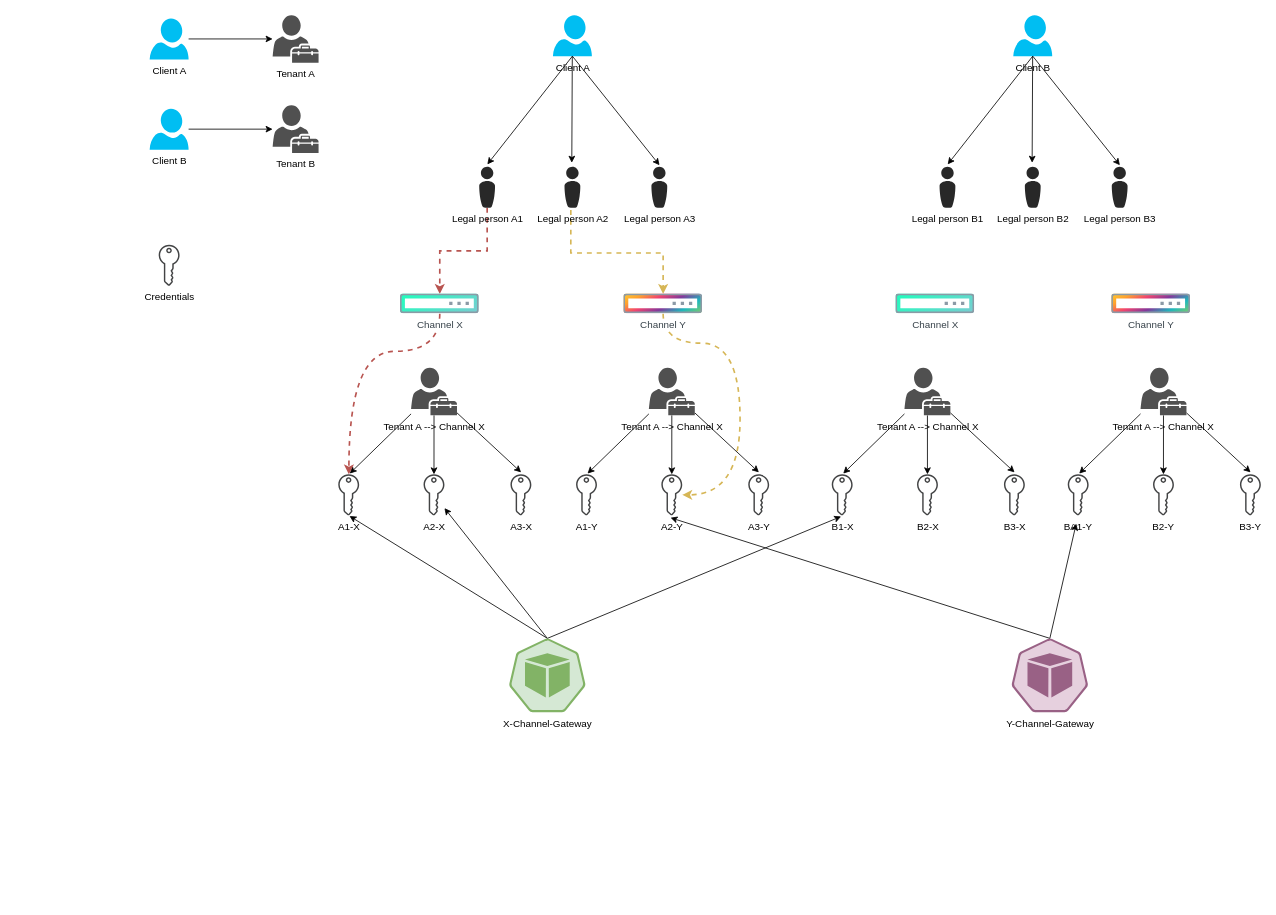
Above: Fourth Payment.drawio in catface996/images (draw.io), before the change. Source tidied: cells renumbered, new cells numbered last; positions are measured from the earlier drawing's top-left corner, leaving out a move shared by most shapes. Both pictures are drawn from the tidied source at 82%, with x=0, y=0 at pixel (149, 15).
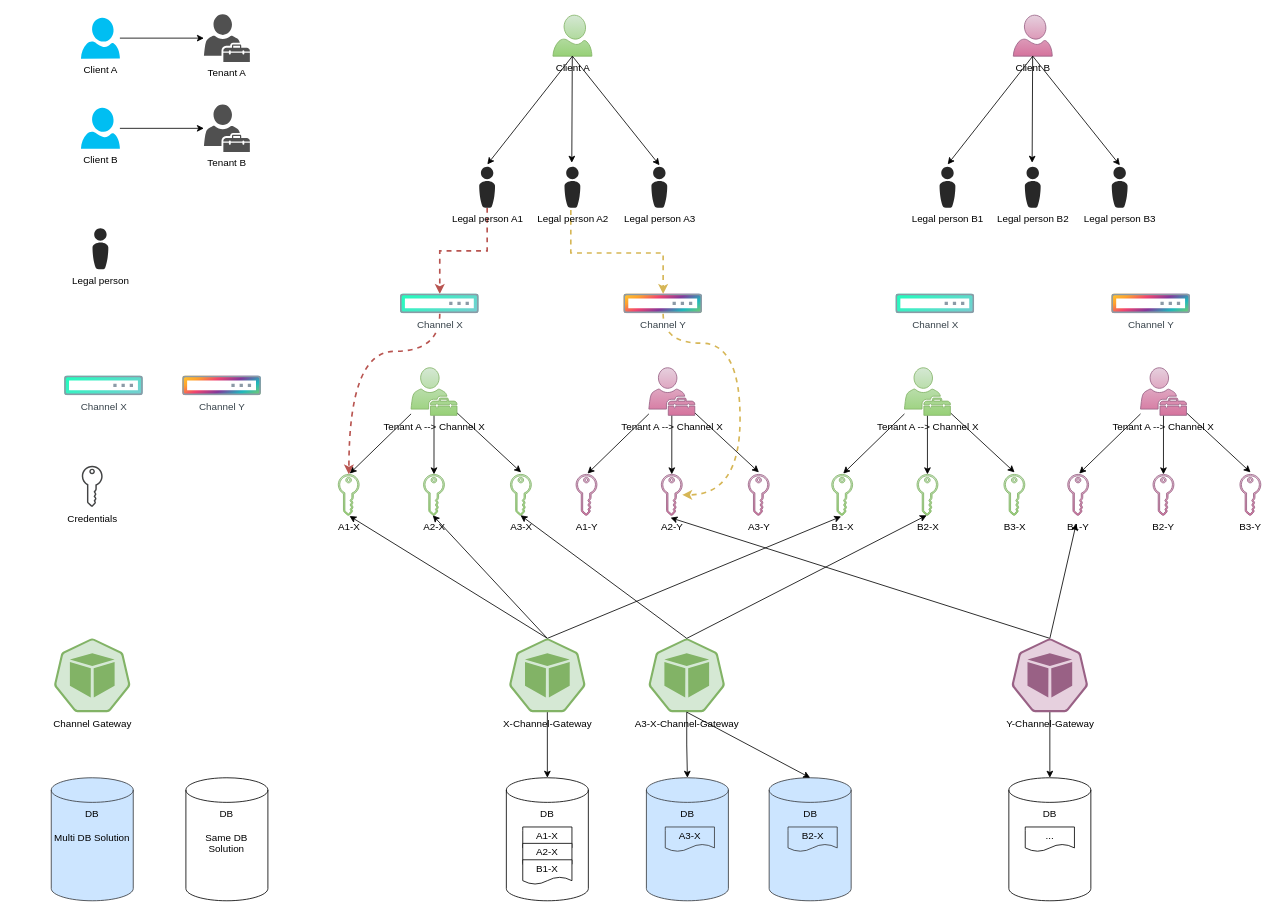
The same page after the edit.

The change refers to these unchanged cells:
```xml
<mxCell id="62" value="X-Channel-Gateway" style="sketch=0;html=1;dashed=0;whitespace=wrap;fillColor=#d5e8d4;strokeColor=#82b366;points=[[0.005,0.63,0],[0.1,0.2,0],[0.9,0.2,0],[0.5,0,0],[0.995,0.63,0],[0.72,0.99,0],[0.5,1,0],[0.28,0.99,0]];verticalLabelPosition=bottom;align=center;verticalAlign=top;shape=mxgraph.kubernetes.icon;prIcon=pod;gradientColor=#97d077;" parent="1" vertex="1">
  <mxGeometry x="390" y="760" width="190" height="90" as="geometry" />
</mxCell>
<mxCell id="64" value="Y-Channel-Gateway" style="sketch=0;html=1;dashed=0;whitespace=wrap;fillColor=#e6d0de;strokeColor=#996185;points=[[0.005,0.63,0],[0.1,0.2,0],[0.9,0.2,0],[0.5,0,0],[0.995,0.63,0],[0.72,0.99,0],[0.5,1,0],[0.28,0.99,0]];verticalLabelPosition=bottom;align=center;verticalAlign=top;shape=mxgraph.kubernetes.icon;prIcon=pod;gradientColor=#d5739d;" parent="1" vertex="1">
  <mxGeometry x="1002.8" y="760" width="190" height="90" as="geometry" />
</mxCell>
```

Change to the diagram source:
```diff
@@
-    <mxCell id="2" value="Client A" style="verticalLabelPosition=bottom;html=1;verticalAlign=top;align=center;strokeColor=none;fillColor=#00BEF2;shape=mxgraph.azure.user;" parent="1" vertex="1">
+    <mxCell id="2" value="Client A" style="verticalLabelPosition=bottom;html=1;verticalAlign=top;align=center;strokeColor=#82b366;fillColor=#d5e8d4;shape=mxgraph.azure.user;gradientColor=#97d077;" parent="1" vertex="1">
       <mxGeometry x="491.8" width="47.5" height="50" as="geometry" />
     </mxCell>
@@
-    <mxCell id="11" value="Client B" style="verticalLabelPosition=bottom;html=1;verticalAlign=top;align=center;strokeColor=none;fillColor=#00BEF2;shape=mxgraph.azure.user;" parent="1" vertex="1">
+    <mxCell id="11" value="Client B" style="verticalLabelPosition=bottom;html=1;verticalAlign=top;align=center;strokeColor=#996185;fillColor=#e6d0de;shape=mxgraph.azure.user;gradientColor=#d5739d;" parent="1" vertex="1">
       <mxGeometry x="1053.2" width="47.5" height="50" as="geometry" />
     </mxCell>
@@
-    <mxCell id="20" value="Tenant A --&amp;gt; Channel X" style="sketch=0;shadow=0;dashed=0;html=1;strokeColor=none;fillColor=#505050;labelPosition=center;verticalLabelPosition=bottom;verticalAlign=top;outlineConnect=0;align=center;shape=mxgraph.office.users.tenant_admin;" parent="1" vertex="1">
+    <mxCell id="20" value="Tenant A --&amp;gt; Channel X" style="sketch=0;shadow=0;dashed=0;html=1;strokeColor=#82b366;fillColor=#d5e8d4;labelPosition=center;verticalLabelPosition=bottom;verticalAlign=top;outlineConnect=0;align=center;shape=mxgraph.office.users.tenant_admin;gradientColor=#97d077;" parent="1" vertex="1">
       <mxGeometry x="318.8" y="430" width="56" height="58" as="geometry" />
     </mxCell>
-    <mxCell id="21" value="A1-X" style="sketch=0;shadow=0;dashed=0;html=1;strokeColor=none;fillColor=#434445;labelPosition=center;verticalLabelPosition=bottom;verticalAlign=top;align=center;outlineConnect=0;shape=mxgraph.vvd.tenant_key;" parent="1" vertex="1">
+    <mxCell id="21" value="A1-X" style="sketch=0;shadow=0;dashed=0;html=1;strokeColor=#82b366;fillColor=#d5e8d4;labelPosition=center;verticalLabelPosition=bottom;verticalAlign=top;align=center;outlineConnect=0;shape=mxgraph.vvd.tenant_key;gradientColor=#97d077;" parent="1" vertex="1">
       <mxGeometry x="230" y="560" width="25.5" height="50" as="geometry" />
     </mxCell>
-    <mxCell id="22" value="A2-X" style="sketch=0;shadow=0;dashed=0;html=1;strokeColor=none;fillColor=#434445;labelPosition=center;verticalLabelPosition=bottom;verticalAlign=top;align=center;outlineConnect=0;shape=mxgraph.vvd.tenant_key;" parent="1" vertex="1">
+    <mxCell id="22" value="A2-X" style="sketch=0;shadow=0;dashed=0;html=1;strokeColor=#82b366;fillColor=#d5e8d4;labelPosition=center;verticalLabelPosition=bottom;verticalAlign=top;align=center;outlineConnect=0;shape=mxgraph.vvd.tenant_key;gradientColor=#97d077;" parent="1" vertex="1">
       <mxGeometry x="334" y="560" width="25.5" height="50" as="geometry" />
     </mxCell>
-    <mxCell id="23" value="A3-X" style="sketch=0;shadow=0;dashed=0;html=1;strokeColor=none;fillColor=#434445;labelPosition=center;verticalLabelPosition=bottom;verticalAlign=top;align=center;outlineConnect=0;shape=mxgraph.vvd.tenant_key;" parent="1" vertex="1">
+    <mxCell id="23" value="A3-X" style="sketch=0;shadow=0;dashed=0;html=1;strokeColor=#82b366;fillColor=#d5e8d4;labelPosition=center;verticalLabelPosition=bottom;verticalAlign=top;align=center;outlineConnect=0;shape=mxgraph.vvd.tenant_key;gradientColor=#97d077;" parent="1" vertex="1">
       <mxGeometry x="440" y="560" width="25.5" height="50" as="geometry" />
     </mxCell>
@@
     <mxCell id="32" value="Client A" style="verticalLabelPosition=bottom;html=1;verticalAlign=top;align=center;strokeColor=none;fillColor=#00BEF2;shape=mxgraph.azure.user;" parent="1" vertex="1">
-      <mxGeometry y="4" width="47.5" height="50" as="geometry" />
+      <mxGeometry x="-83.8" y="3" width="47.5" height="50" as="geometry" />
     </mxCell>
@@
     <mxCell id="34" value="Client B" style="verticalLabelPosition=bottom;html=1;verticalAlign=top;align=center;strokeColor=none;fillColor=#00BEF2;shape=mxgraph.azure.user;" parent="1" vertex="1">
-      <mxGeometry y="114" width="47.5" height="50" as="geometry" />
+      <mxGeometry x="-83.8" y="113" width="47.5" height="50" as="geometry" />
     </mxCell>
     <mxCell id="35" value="Tenant A" style="sketch=0;shadow=0;dashed=0;html=1;strokeColor=none;fillColor=#505050;labelPosition=center;verticalLabelPosition=bottom;verticalAlign=top;outlineConnect=0;align=center;shape=mxgraph.office.users.tenant_admin;" parent="1" vertex="1">
-      <mxGeometry x="150" width="56" height="58" as="geometry" />
+      <mxGeometry x="66.2" y="-1" width="56" height="58" as="geometry" />
     </mxCell>
     <mxCell id="36" value="Tenant B" style="sketch=0;shadow=0;dashed=0;html=1;strokeColor=none;fillColor=#505050;labelPosition=center;verticalLabelPosition=bottom;verticalAlign=top;outlineConnect=0;align=center;shape=mxgraph.office.users.tenant_admin;" parent="1" vertex="1">
-      <mxGeometry x="150" y="110" width="56" height="58" as="geometry" />
+      <mxGeometry x="66.2" y="109" width="56" height="58" as="geometry" />
     </mxCell>
     <mxCell id="37" value="Credentials" style="sketch=0;shadow=0;dashed=0;html=1;strokeColor=none;fillColor=#434445;labelPosition=center;verticalLabelPosition=bottom;verticalAlign=top;align=center;shape=mxgraph.vvd.tenant_key;" parent="1" vertex="1">
-      <mxGeometry x="11" y="280" width="25.5" height="50" as="geometry" />
+      <mxGeometry x="-82.8" y="549.5" width="25.5" height="50" as="geometry" />
     </mxCell>
@@
-    <mxCell id="40" value="Tenant A --&amp;gt; Channel X" style="sketch=0;shadow=0;dashed=0;html=1;strokeColor=none;fillColor=#505050;labelPosition=center;verticalLabelPosition=bottom;verticalAlign=top;outlineConnect=0;align=center;shape=mxgraph.office.users.tenant_admin;" parent="1" vertex="1">
+    <mxCell id="40" value="Tenant A --&amp;gt; Channel X" style="sketch=0;shadow=0;dashed=0;html=1;strokeColor=#996185;fillColor=#e6d0de;labelPosition=center;verticalLabelPosition=bottom;verticalAlign=top;outlineConnect=0;align=center;shape=mxgraph.office.users.tenant_admin;gradientColor=#d5739d;" parent="1" vertex="1">
       <mxGeometry x="608.8" y="430" width="56" height="58" as="geometry" />
     </mxCell>
-    <mxCell id="41" value="A1-Y" style="sketch=0;shadow=0;dashed=0;html=1;strokeColor=none;fillColor=#434445;labelPosition=center;verticalLabelPosition=bottom;verticalAlign=top;align=center;outlineConnect=0;shape=mxgraph.vvd.tenant_key;" parent="1" vertex="1">
+    <mxCell id="41" value="A1-Y" style="sketch=0;shadow=0;dashed=0;html=1;strokeColor=#996185;fillColor=#e6d0de;labelPosition=center;verticalLabelPosition=bottom;verticalAlign=top;align=center;outlineConnect=0;shape=mxgraph.vvd.tenant_key;gradientColor=#d5739d;" parent="1" vertex="1">
       <mxGeometry x="520" y="560" width="25.5" height="50" as="geometry" />
     </mxCell>
-    <mxCell id="42" value="A2-Y" style="sketch=0;shadow=0;dashed=0;html=1;strokeColor=none;fillColor=#434445;labelPosition=center;verticalLabelPosition=bottom;verticalAlign=top;align=center;outlineConnect=0;shape=mxgraph.vvd.tenant_key;" parent="1" vertex="1">
+    <mxCell id="42" value="A2-Y" style="sketch=0;shadow=0;dashed=0;html=1;strokeColor=#996185;fillColor=#e6d0de;labelPosition=center;verticalLabelPosition=bottom;verticalAlign=top;align=center;outlineConnect=0;shape=mxgraph.vvd.tenant_key;gradientColor=#d5739d;" parent="1" vertex="1">
       <mxGeometry x="624" y="560" width="25.5" height="50" as="geometry" />
     </mxCell>
-    <mxCell id="43" value="A3-Y" style="sketch=0;shadow=0;dashed=0;html=1;strokeColor=none;fillColor=#434445;labelPosition=center;verticalLabelPosition=bottom;verticalAlign=top;align=center;outlineConnect=0;shape=mxgraph.vvd.tenant_key;" parent="1" vertex="1">
+    <mxCell id="43" value="A3-Y" style="sketch=0;shadow=0;dashed=0;html=1;strokeColor=#996185;fillColor=#e6d0de;labelPosition=center;verticalLabelPosition=bottom;verticalAlign=top;align=center;outlineConnect=0;shape=mxgraph.vvd.tenant_key;gradientColor=#d5739d;" parent="1" vertex="1">
       <mxGeometry x="730" y="560" width="25.5" height="50" as="geometry" />
     </mxCell>
@@
-    <mxCell id="47" value="Tenant A --&amp;gt; Channel X" style="sketch=0;shadow=0;dashed=0;html=1;strokeColor=none;fillColor=#505050;labelPosition=center;verticalLabelPosition=bottom;verticalAlign=top;outlineConnect=0;align=center;shape=mxgraph.office.users.tenant_admin;" parent="1" vertex="1">
+    <mxCell id="47" value="Tenant A --&amp;gt; Channel X" style="sketch=0;shadow=0;dashed=0;html=1;strokeColor=#82b366;fillColor=#d5e8d4;labelPosition=center;verticalLabelPosition=bottom;verticalAlign=top;outlineConnect=0;align=center;shape=mxgraph.office.users.tenant_admin;gradientColor=#97d077;" parent="1" vertex="1">
       <mxGeometry x="920.5" y="430" width="56" height="58" as="geometry" />
     </mxCell>
-    <mxCell id="48" value="B1-X" style="sketch=0;shadow=0;dashed=0;html=1;strokeColor=none;fillColor=#434445;labelPosition=center;verticalLabelPosition=bottom;verticalAlign=top;align=center;outlineConnect=0;shape=mxgraph.vvd.tenant_key;" parent="1" vertex="1">
+    <mxCell id="48" value="B1-X" style="sketch=0;shadow=0;dashed=0;html=1;strokeColor=#82b366;fillColor=#d5e8d4;labelPosition=center;verticalLabelPosition=bottom;verticalAlign=top;align=center;outlineConnect=0;shape=mxgraph.vvd.tenant_key;gradientColor=#97d077;" parent="1" vertex="1">
       <mxGeometry x="831.8" y="560" width="25.5" height="50" as="geometry" />
     </mxCell>
-    <mxCell id="49" value="B2-X" style="sketch=0;shadow=0;dashed=0;html=1;strokeColor=none;fillColor=#434445;labelPosition=center;verticalLabelPosition=bottom;verticalAlign=top;align=center;outlineConnect=0;shape=mxgraph.vvd.tenant_key;" parent="1" vertex="1">
+    <mxCell id="49" value="B2-X" style="sketch=0;shadow=0;dashed=0;html=1;strokeColor=#82b366;fillColor=#d5e8d4;labelPosition=center;verticalLabelPosition=bottom;verticalAlign=top;align=center;outlineConnect=0;shape=mxgraph.vvd.tenant_key;gradientColor=#97d077;" parent="1" vertex="1">
       <mxGeometry x="935.8" y="560" width="25.5" height="50" as="geometry" />
     </mxCell>
-    <mxCell id="50" value="B3-X" style="sketch=0;shadow=0;dashed=0;html=1;strokeColor=none;fillColor=#434445;labelPosition=center;verticalLabelPosition=bottom;verticalAlign=top;align=center;outlineConnect=0;shape=mxgraph.vvd.tenant_key;" parent="1" vertex="1">
+    <mxCell id="50" value="B3-X" style="sketch=0;shadow=0;dashed=0;html=1;strokeColor=#82b366;fillColor=#d5e8d4;labelPosition=center;verticalLabelPosition=bottom;verticalAlign=top;align=center;outlineConnect=0;shape=mxgraph.vvd.tenant_key;gradientColor=#97d077;" parent="1" vertex="1">
       <mxGeometry x="1041.8" y="560" width="25.5" height="50" as="geometry" />
     </mxCell>
@@
-    <mxCell id="54" value="Tenant A --&amp;gt; Channel X" style="sketch=0;shadow=0;dashed=0;html=1;strokeColor=none;fillColor=#505050;labelPosition=center;verticalLabelPosition=bottom;verticalAlign=top;outlineConnect=0;align=center;shape=mxgraph.office.users.tenant_admin;" parent="1" vertex="1">
+    <mxCell id="54" value="Tenant A --&amp;gt; Channel X" style="sketch=0;shadow=0;dashed=0;html=1;strokeColor=#996185;fillColor=#e6d0de;labelPosition=center;verticalLabelPosition=bottom;verticalAlign=top;outlineConnect=0;align=center;shape=mxgraph.office.users.tenant_admin;gradientColor=#d5739d;" parent="1" vertex="1">
       <mxGeometry x="1208.4" y="430" width="56" height="58" as="geometry" />
     </mxCell>
-    <mxCell id="55" value="BA1-Y" style="sketch=0;shadow=0;dashed=0;html=1;strokeColor=none;fillColor=#434445;labelPosition=center;verticalLabelPosition=bottom;verticalAlign=top;align=center;outlineConnect=0;shape=mxgraph.vvd.tenant_key;" parent="1" vertex="1">
+    <mxCell id="55" value="B1-Y" style="sketch=0;shadow=0;dashed=0;html=1;strokeColor=#996185;fillColor=#e6d0de;labelPosition=center;verticalLabelPosition=bottom;verticalAlign=top;align=center;outlineConnect=0;shape=mxgraph.vvd.tenant_key;gradientColor=#d5739d;" parent="1" vertex="1">
       <mxGeometry x="1119.6" y="560" width="25.5" height="50" as="geometry" />
     </mxCell>
-    <mxCell id="56" value="B2-Y" style="sketch=0;shadow=0;dashed=0;html=1;strokeColor=none;fillColor=#434445;labelPosition=center;verticalLabelPosition=bottom;verticalAlign=top;align=center;outlineConnect=0;shape=mxgraph.vvd.tenant_key;" parent="1" vertex="1">
+    <mxCell id="56" value="B2-Y" style="sketch=0;shadow=0;dashed=0;html=1;strokeColor=#996185;fillColor=#e6d0de;labelPosition=center;verticalLabelPosition=bottom;verticalAlign=top;align=center;outlineConnect=0;shape=mxgraph.vvd.tenant_key;gradientColor=#d5739d;" parent="1" vertex="1">
       <mxGeometry x="1223.6" y="560" width="25.5" height="50" as="geometry" />
     </mxCell>
-    <mxCell id="57" value="B3-Y" style="sketch=0;shadow=0;dashed=0;html=1;strokeColor=none;fillColor=#434445;labelPosition=center;verticalLabelPosition=bottom;verticalAlign=top;align=center;outlineConnect=0;shape=mxgraph.vvd.tenant_key;" parent="1" vertex="1">
+    <mxCell id="57" value="B3-Y" style="sketch=0;shadow=0;dashed=0;html=1;strokeColor=#996185;fillColor=#e6d0de;labelPosition=center;verticalLabelPosition=bottom;verticalAlign=top;align=center;outlineConnect=0;shape=mxgraph.vvd.tenant_key;gradientColor=#d5739d;" parent="1" vertex="1">
       <mxGeometry x="1329.6" y="560" width="25.5" height="50" as="geometry" />
     </mxCell>
@@
-    <mxCell id="61" style="rounded=0;jettySize=auto;html=1;exitX=0.5;exitY=0;exitDx=0;exitDy=0;exitPerimeter=0;" parent="1" edge="1" source="62" target="22">
+    <mxCell id="61" style="rounded=0;jettySize=auto;html=1;exitX=0.5;exitY=0;exitDx=0;exitDy=0;exitPerimeter=0;entryX=0.441;entryY=0.998;entryDx=0;entryDy=0;entryPerimeter=0;" parent="1" edge="1" source="62" target="22">
       <mxGeometry relative="1" as="geometry" />
     </mxCell>
@@
+    <mxCell id="66" value="DB" style="shape=cylinder3;whiteSpace=wrap;html=1;boundedLbl=1;backgroundOutline=1;size=15;verticalAlign=top;fillColor=#cce5ff;strokeColor=#36393d;" parent="1" vertex="1">
+      <mxGeometry x="605.8" y="930" width="100" height="150" as="geometry" />
+    </mxCell>
+    <mxCell id="67" value="A3-X-Channel-Gateway" style="sketch=0;html=1;dashed=0;whitespace=wrap;fillColor=#d5e8d4;strokeColor=#82b366;points=[[0.005,0.63,0],[0.1,0.2,0],[0.9,0.2,0],[0.5,0,0],[0.995,0.63,0],[0.72,0.99,0],[0.5,1,0],[0.28,0.99,0]];verticalLabelPosition=bottom;align=center;verticalAlign=top;shape=mxgraph.kubernetes.icon;prIcon=pod;gradientColor=#97d077;" parent="1" vertex="1">
+      <mxGeometry x="560" y="760" width="190" height="90" as="geometry" />
+    </mxCell>
+    <mxCell id="68" style="rounded=0;jettySize=auto;html=1;entryX=0.482;entryY=0.998;entryDx=0;entryDy=0;entryPerimeter=0;exitX=0.5;exitY=0;exitDx=0;exitDy=0;exitPerimeter=0;" parent="1" edge="1" source="67" target="23">
+      <mxGeometry relative="1" as="geometry" />
+    </mxCell>
+    <mxCell id="69" value="DB" style="shape=cylinder3;whiteSpace=wrap;html=1;boundedLbl=1;backgroundOutline=1;size=15;verticalAlign=top;" parent="1" vertex="1">
+      <mxGeometry x="435" y="930" width="100" height="150" as="geometry" />
+    </mxCell>
+    <mxCell id="70" value="DB" style="shape=cylinder3;whiteSpace=wrap;html=1;boundedLbl=1;backgroundOutline=1;size=15;verticalAlign=top;" parent="1" vertex="1">
+      <mxGeometry x="1047.8" y="930" width="100" height="150" as="geometry" />
+    </mxCell>
+    <mxCell id="71" value="A1-X" style="shape=document;whiteSpace=wrap;html=1;boundedLbl=1;" parent="1" vertex="1">
+      <mxGeometry x="455" y="990" width="60" height="30" as="geometry" />
+    </mxCell>
+    <mxCell id="72" value="A2-X" style="shape=document;whiteSpace=wrap;html=1;boundedLbl=1;" parent="1" vertex="1">
+      <mxGeometry x="455" y="1010" width="60" height="30" as="geometry" />
+    </mxCell>
+    <mxCell id="73" value="B1-X" style="shape=document;whiteSpace=wrap;html=1;boundedLbl=1;" parent="1" vertex="1">
+      <mxGeometry x="455" y="1030" width="60" height="30" as="geometry" />
+    </mxCell>
+    <mxCell id="74" style="edgeStyle=orthogonalEdgeStyle;rounded=0;jettySize=auto;html=1;entryX=0.5;entryY=0;entryDx=0;entryDy=0;entryPerimeter=0;" parent="1" edge="1" source="62" target="69">
+      <mxGeometry relative="1" as="geometry" />
+    </mxCell>
+    <mxCell id="75" value="A3-X" style="shape=document;whiteSpace=wrap;html=1;boundedLbl=1;fillColor=#cce5ff;strokeColor=#36393d;" parent="1" vertex="1">
+      <mxGeometry x="628.8" y="990" width="60" height="30" as="geometry" />
+    </mxCell>
+    <mxCell id="76" style="edgeStyle=orthogonalEdgeStyle;rounded=0;jettySize=auto;html=1;entryX=0.5;entryY=0;entryDx=0;entryDy=0;entryPerimeter=0;" parent="1" edge="1" source="67" target="66">
+      <mxGeometry relative="1" as="geometry" />
+    </mxCell>
+    <mxCell id="77" value="DB" style="shape=cylinder3;whiteSpace=wrap;html=1;boundedLbl=1;backgroundOutline=1;size=15;verticalAlign=top;fillColor=#cce5ff;strokeColor=#36393d;" parent="1" vertex="1">
+      <mxGeometry x="755.5" y="930" width="100" height="150" as="geometry" />
+    </mxCell>
+    <mxCell id="78" value="B2-X" style="shape=document;whiteSpace=wrap;html=1;boundedLbl=1;fillColor=#cce5ff;strokeColor=#36393d;" parent="1" vertex="1">
+      <mxGeometry x="778.5" y="990" width="60" height="30" as="geometry" />
+    </mxCell>
+    <mxCell id="79" style="rounded=0;jettySize=auto;html=1;entryX=0.464;entryY=0.998;entryDx=0;entryDy=0;entryPerimeter=0;exitX=0.5;exitY=0;exitDx=0;exitDy=0;exitPerimeter=0;" parent="1" edge="1" source="67" target="49">
+      <mxGeometry relative="1" as="geometry" />
+    </mxCell>
+    <mxCell id="80" style="rounded=0;jettySize=auto;html=1;entryX=0.5;entryY=0;entryDx=0;entryDy=0;entryPerimeter=0;exitX=0.5;exitY=1;exitDx=0;exitDy=0;exitPerimeter=0;" parent="1" edge="1" source="67" target="77">
+      <mxGeometry relative="1" as="geometry" />
+    </mxCell>
+    <mxCell id="81" style="edgeStyle=orthogonalEdgeStyle;rounded=0;jettySize=auto;html=1;entryX=0.5;entryY=0;entryDx=0;entryDy=0;entryPerimeter=0;" parent="1" edge="1" source="64" target="70">
+      <mxGeometry relative="1" as="geometry" />
+    </mxCell>
+    <mxCell id="82" value="DB&lt;br&gt;&lt;br&gt;Multi DB Solution" style="shape=cylinder3;whiteSpace=wrap;html=1;boundedLbl=1;backgroundOutline=1;size=15;verticalAlign=top;fillColor=#cce5ff;strokeColor=#36393d;" parent="1" vertex="1">
+      <mxGeometry x="-120" y="930" width="100" height="150" as="geometry" />
+    </mxCell>
+    <mxCell id="83" value="DB&lt;br&gt;&lt;br&gt;Same DB Solution" style="shape=cylinder3;whiteSpace=wrap;html=1;boundedLbl=1;backgroundOutline=1;size=15;verticalAlign=top;" parent="1" vertex="1">
+      <mxGeometry x="44.2" y="930" width="100" height="150" as="geometry" />
+    </mxCell>
+    <mxCell id="84" value="..." style="shape=document;whiteSpace=wrap;html=1;boundedLbl=1;" parent="1" vertex="1">
+      <mxGeometry x="1067.8" y="990" width="60" height="30" as="geometry" />
+    </mxCell>
+    <mxCell id="85" value="Channel X" style="image;perimeter=ellipsePerimeter;html=1;align=center;fontSize=12;verticalAlign=top;fontColor=#364149;shadow=0;dashed=0;image=img/lib/cumulus/switch_out_of_band.svg;" parent="1" vertex="1">
+      <mxGeometry x="-103.8" y="440" width="96" height="24" as="geometry" />
+    </mxCell>
+    <mxCell id="86" value="Channel Y" style="image;perimeter=ellipsePerimeter;html=1;align=center;fontSize=12;verticalAlign=top;fontColor=#364149;shadow=0;dashed=0;image=img/lib/cumulus/switch_voyager.svg;" parent="1" vertex="1">
+      <mxGeometry x="40.2" y="440" width="96" height="24" as="geometry" />
+    </mxCell>
+    <mxCell id="87" value="Legal person" style="verticalLabelPosition=bottom;sketch=0;html=1;fillColor=#282828;strokeColor=none;verticalAlign=top;align=center;shape=mxgraph.cisco_safe.people_places_things_icons.icon8;" parent="1" vertex="1">
+      <mxGeometry x="-69.8" y="260" width="19.5" height="50" as="geometry" />
+    </mxCell>
+    <mxCell id="88" value="Channel Gateway" style="sketch=0;html=1;dashed=0;whitespace=wrap;fillColor=#d5e8d4;strokeColor=#82b366;verticalLabelPosition=bottom;align=center;verticalAlign=top;shape=mxgraph.kubernetes.icon;prIcon=pod;gradientColor=#97d077;" parent="1" vertex="1">
+      <mxGeometry x="-165" y="760" width="190" height="90" as="geometry" />
+    </mxCell>
```
